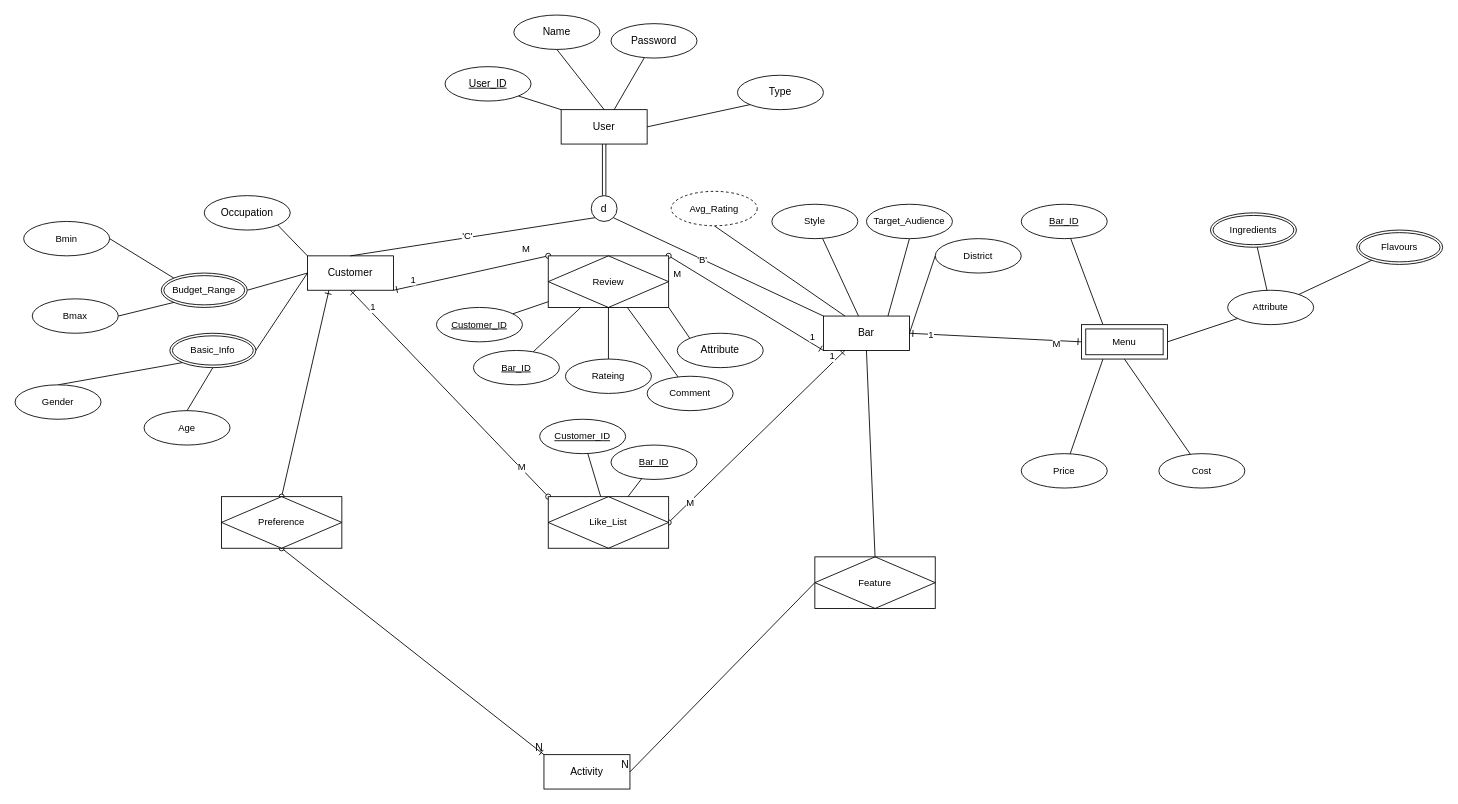
Earlier version of the draw.io diagram page "Page-1" (1 of 2) of finalProjectERD.drawio (tp12356twNccu/Database_NCCU). Source tidied: cells renumbered, new cells numbered last; positions are measured from the earlier drawing's top-left corner, leaving out a move shared by most shapes. Both pictures are drawn from the tidied source at 86%, with x=0, y=0 at pixel (15, 15).
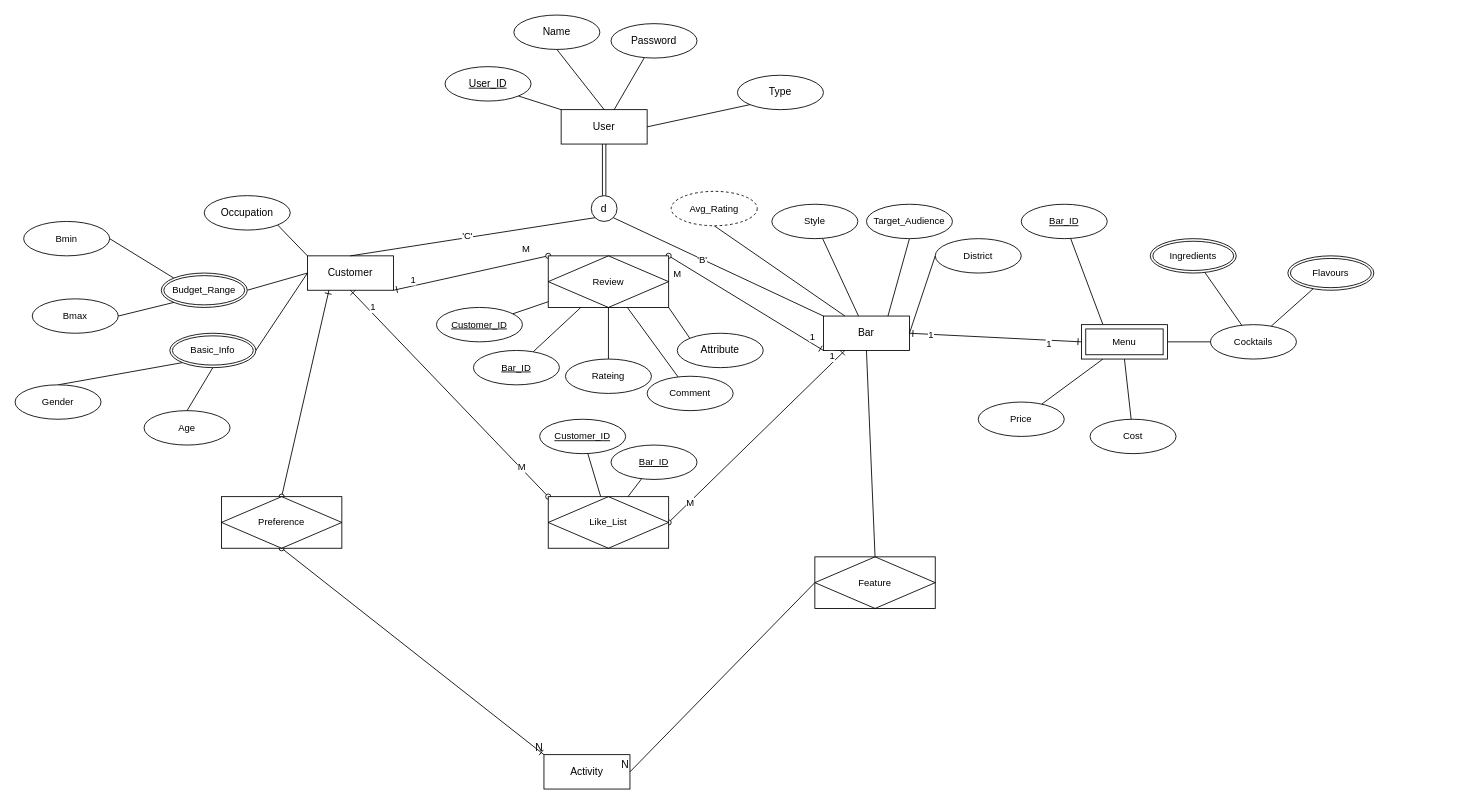
Above is the later version.

The change refers to these unchanged cells:
```xml
<mxCell id="31" style="edgeStyle=none;rounded=0;jettySize=auto;html=1;exitX=0;exitY=0.5;exitDx=0;exitDy=0;entryX=1;entryY=0.5;entryDx=0;entryDy=0;strokeColor=default;align=center;verticalAlign=middle;fontFamily=Helvetica;fontSize=11;fontColor=default;labelBackgroundColor=default;endArrow=ERone;endFill=0;startArrow=ERone;startFill=0;" parent="1" edge="1" source="95" target="15">
  <mxGeometry relative="1" as="geometry" />
</mxCell>
```

The edit, as a diff of the source:
```diff
@@
     <mxCell id="29" value="Ingredients" style="ellipse;shape=doubleEllipse;margin=3;whiteSpace=wrap;html=1;align=center;fontFamily=Helvetica;fontSize=11;fontColor=default;" parent="1" vertex="1">
-      <mxGeometry x="1390" y="230" width="100" height="40" as="geometry" />
+      <mxGeometry x="1320" y="260" width="100" height="40" as="geometry" />
     </mxCell>
     <mxCell id="30" value="Flavours" style="ellipse;shape=doubleEllipse;margin=3;whiteSpace=wrap;html=1;align=center;fontFamily=Helvetica;fontSize=11;fontColor=default;" parent="1" vertex="1">
-      <mxGeometry x="1560" y="250" width="100" height="40" as="geometry" />
+      <mxGeometry x="1480" y="280" width="100" height="40" as="geometry" />
     </mxCell>
@@
-    <mxCell id="33" value="M" style="edgeLabel;html=1;align=center;verticalAlign=middle;fontFamily=Helvetica;fontSize=11;fontColor=default;labelBackgroundColor=default;" parent="31" vertex="1">
-      <mxGeometry x="-0.71" y="4" relative="1" as="geometry" />
-    </mxCell>
+    <mxCell id="96" value="1" style="edgeLabel;html=1;align=center;verticalAlign=middle;fontFamily=Helvetica;fontSize=11;fontColor=default;labelBackgroundColor=default;" parent="31" vertex="1">
+      <mxGeometry x="-0.62" y="3" relative="1" as="geometry" />
+    </mxCell>
@@
     <mxCell id="78" value="Price" style="ellipse;whiteSpace=wrap;html=1;align=center;fontFamily=Helvetica;fontSize=11;fontColor=default;labelBackgroundColor=default;" parent="1" vertex="1">
-      <mxGeometry x="1170" y="510" width="100" height="40" as="geometry" />
+      <mxGeometry x="1120" y="450" width="100" height="40" as="geometry" />
     </mxCell>
@@
     <mxCell id="80" value="Cost" style="ellipse;whiteSpace=wrap;html=1;align=center;fontFamily=Helvetica;fontSize=11;fontColor=default;labelBackgroundColor=default;" parent="1" vertex="1">
-      <mxGeometry x="1330" y="510" width="100" height="40" as="geometry" />
+      <mxGeometry x="1250" y="470" width="100" height="40" as="geometry" />
     </mxCell>
@@
-    <mxCell id="94" value="Attribute" style="ellipse;whiteSpace=wrap;html=1;align=center;fontFamily=Helvetica;fontSize=11;fontColor=default;labelBackgroundColor=default;" parent="1" vertex="1">
-      <mxGeometry x="1410" y="320" width="100" height="40" as="geometry" />
+    <mxCell id="94" value="Cocktails" style="ellipse;whiteSpace=wrap;html=1;align=center;fontFamily=Helvetica;fontSize=11;fontColor=default;labelBackgroundColor=default;" parent="1" vertex="1">
+      <mxGeometry x="1390" y="360" width="100" height="40" as="geometry" />
     </mxCell>
@@
+    <mxCell id="97" style="edgeStyle=none;rounded=0;orthogonalLoop=1;jettySize=auto;html=1;exitX=0.5;exitY=1;exitDx=0;exitDy=0;strokeColor=default;align=center;verticalAlign=middle;fontFamily=Helvetica;fontSize=11;fontColor=default;labelBackgroundColor=default;endArrow=none;endFill=0;" parent="1" edge="1" source="29" target="29">
+      <mxGeometry relative="1" as="geometry" />
+    </mxCell>
```
